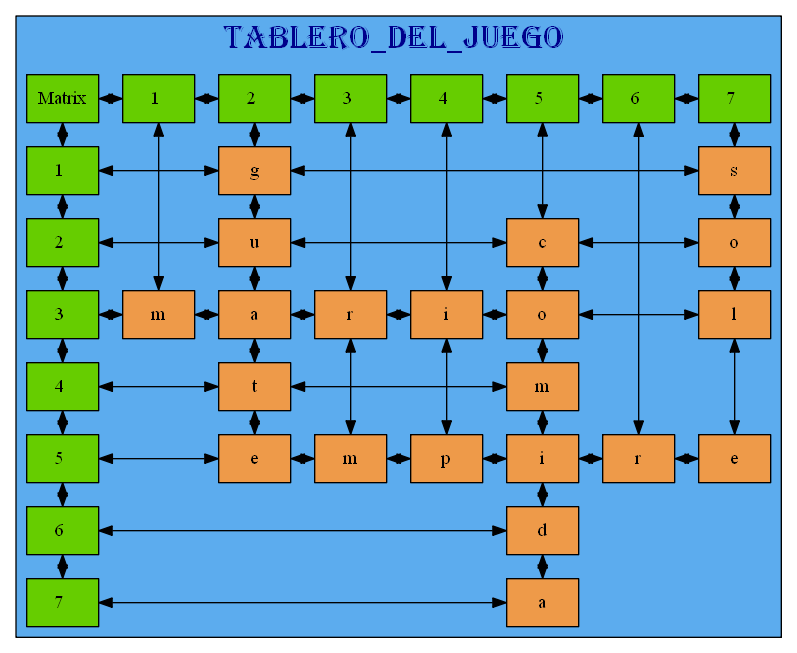
Before: Graficas/Table_Juego.dot.png, a diagram exported from Graphviz (mariotun/EDD_1S2020_PY1_201602942). Its source is kept beside it as Graficas/Table_Juego.dot.
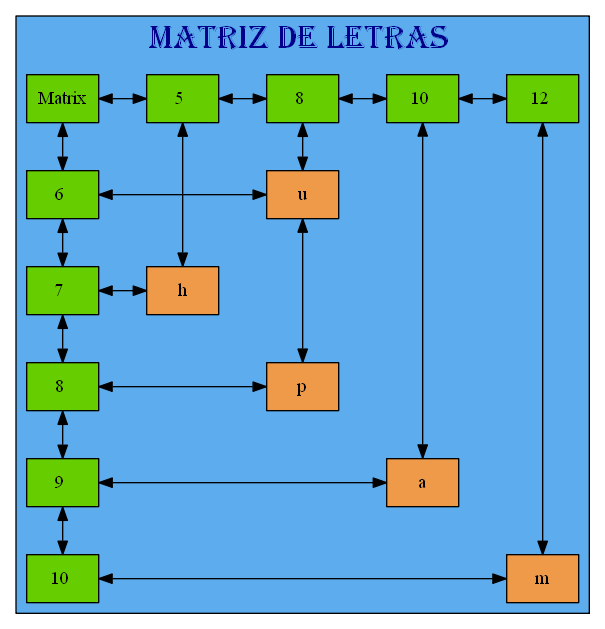
The same file after the commit.

The edit, as a diff of the source:
```diff
@@ -1,115 +1,61 @@
  digraph tablero{
 
+graph[ranksep= "0.5",nodesep= "0.5"];
 subgraph cluster_1 {
 
 fontname=algerian
-label= "TABLERO_DEL_JUEGO ";
+label= "Matriz de Letras ";
  labelloc=t;
 fontcolor=blue4;
 fontsize=25;
 style=filled;
 fillcolor=steelblue2;
 
-graph[ranksep= "0.5",nodesep= "0.5"];
 node [shape=box fillcolor=chartreuse3];
 mt[label= "Matrix" style=radial group=0]
 {rank=same;
-25770344560[label= "1 " style=radial,group=1]
-25770344736[label= "2 " style=radial,group=2]
-25770344912[label= "3 " style=radial,group=3]
-25770345088[label= "4 " style=radial,group=4]
-25770347328[label= "5 " style=radial,group=5]
-25770347504[label= "6 " style=radial,group=6]
-0[label= "7 " style=radial,group=7]
-mt->25770344560->25770344736->25770344912->25770345088->25770347328->25770347504->0[dir=both];};
+25770476496[label= "5 " style=radial,group=5]
+25770476256[label= "8 " style=radial,group=8]
+25770475952[label= "10 " style=radial,group=10]
+0[label= "12 " style=radial,group=12]
+mt->25770476496->25770476256->25770475952->0[dir=both];};
 
-25770345488[label= "1 " style=radial,group=0]
-25770344432[label= "2 " style=radial,group=0]
-25770345776[label= "3 " style=radial,group=0]
-25770345952[label= "4 " style=radial,group=0]
-25770346576[label= "5 " style=radial,group=0]
-25770346752[label= "6 " style=radial,group=0]
-48[label= "7 " style=radial,group=0]
-mt->25770345488->25770344432->25770345776->25770345952->25770346576->25770346752->48[dir=both];
+25770475832[label= "6 " style=radial,group=0]
+25770476680[label= "7 " style=radial,group=0]
+25770476376[label= "8 " style=radial,group=0]
+25770476152[label= "9 " style=radial,group=0]
+56[label= "10 " style=radial,group=0]
+mt->25770475832->25770476680->25770476376->25770476152->56[dir=both];
 
 node[shape=box height=0.5 style=filled fontcolor=black fillcolor= tan2]
-25770344448[label="m" style=radial,group=1];
+25770475840[label="h" style=radial,group=5];
 node[shape=box height=0.5 style=filled fontcolor=black fillcolor= tan2]
-25770345328[label="g" style=radial,group=2];
+25770477808[label="u" style=radial,group=8];
 node[shape=box height=0.5 style=filled fontcolor=black fillcolor= tan2]
-25770345504[label="u" style=radial,group=2];
+25770476768[label="p" style=radial,group=8];
 node[shape=box height=0.5 style=filled fontcolor=black fillcolor= tan2]
-25770344624[label="a" style=radial,group=2];
+25770476384[label="a" style=radial,group=10];
 node[shape=box height=0.5 style=filled fontcolor=black fillcolor= tan2]
-25770345792[label="t" style=radial,group=2];
-node[shape=box height=0.5 style=filled fontcolor=black fillcolor= tan2]
-25770345968[label="e" style=radial,group=2];
-node[shape=box height=0.5 style=filled fontcolor=black fillcolor= tan2]
-25770344800[label="r" style=radial,group=3];
-node[shape=box height=0.5 style=filled fontcolor=black fillcolor= tan2]
-25770346992[label="m" style=radial,group=3];
-node[shape=box height=0.5 style=filled fontcolor=black fillcolor= tan2]
-25770344976[label="i" style=radial,group=4];
-node[shape=box height=0.5 style=filled fontcolor=black fillcolor= tan2]
-25770347104[label="p" style=radial,group=4];
-node[shape=box height=0.5 style=filled fontcolor=black fillcolor= tan2]
-25770346080[label="c" style=radial,group=5];
-node[shape=box height=0.5 style=filled fontcolor=black fillcolor= tan2]
-25770345152[label="o" style=radial,group=5];
-node[shape=box height=0.5 style=filled fontcolor=black fillcolor= tan2]
-25770346304[label="m" style=radial,group=5];
-node[shape=box height=0.5 style=filled fontcolor=black fillcolor= tan2]
-25770346416[label="i" style=radial,group=5];
-node[shape=box height=0.5 style=filled fontcolor=black fillcolor= tan2]
-25770346592[label="d" style=radial,group=5];
-node[shape=box height=0.5 style=filled fontcolor=black fillcolor= tan2]
-25770346768[label="a" style=radial,group=5];
-node[shape=box height=0.5 style=filled fontcolor=black fillcolor= tan2]
-25770347392[label="r" style=radial,group=6];
-25770347680[label="s" style=radial,group=7];
-25770347792[label="o" style=radial,group=7];
-25770347904[label="l" style=radial,group=7];
-25770347568[label="e" style=radial,group=7];
+25770476960[label="m" style=radial,group=12];
 
 
-25770344560->25770344448[dir=both]
-25770344736->25770345328->25770345504->25770344624->25770345792->25770345968[dir=both]
-25770344912->25770344800->25770346992[dir=both]
-25770345088->25770344976->25770347104[dir=both]
-25770347328->25770346080->25770345152->25770346304->25770346416->25770346592->25770346768[dir=both]
-25770347504->25770347392[dir=both]
-0->25770347680->25770347792->25770347904->25770347568[dir=both]
+25770476496->25770475840[dir=both]
+25770476256->25770477808->25770476768[dir=both]
+25770475952->25770476384[dir=both]
+0->25770476960[dir=both]
 
-25770345328[label="g"];
-25770347680[label="s"];
-25770345504[label="u"];
-25770346080[label="c"];
-25770347792[label="o"];
-25770344448[label="m"];
-25770344624[label="a"];
-25770344800[label="r"];
-25770344976[label="i"];
-25770345152[label="o"];
-25770347904[label="l"];
-25770345792[label="t"];
-25770346304[label="m"];
-25770345968[label="e"];
-25770346992[label="m"];
-25770347104[label="p"];
-25770346416[label="i"];
-25770347392[label="r"];
-25770347568[label="e"];
-25770346592[label="d"];
-25770346768[label="a"];
+25770477808[label="u"];
+25770475840[label="h"];
+25770476768[label="p"];
+25770476384[label="a"];
+25770476960[label="m"];
 
 
-{rank=same;25770345488->25770345328->25770347680[dir=both] }
-{rank=same;25770344432->25770345504->25770346080->25770347792[dir=both] }
-{rank=same;25770345776->25770344448->25770344624->25770344800->25770344976->25770345152->25770347904[dir=both] }
-{rank=same;25770345952->25770345792->25770346304[dir=both] }
-{rank=same;25770346576->25770345968->25770346992->25770347104->25770346416->25770347392->25770347568[dir=both] }
-{rank=same;25770346752->25770346592[dir=both] }
-{rank=same;48->25770346768[dir=both] }
+{rank=same;25770475832->25770477808[dir=both] }
+{rank=same;25770476680->25770475840[dir=both] }
+{rank=same;25770476376->25770476768[dir=both] }
+{rank=same;25770476152->25770476384[dir=both] }
+{rank=same;56->25770476960[dir=both] }
  }
 
 }
```
